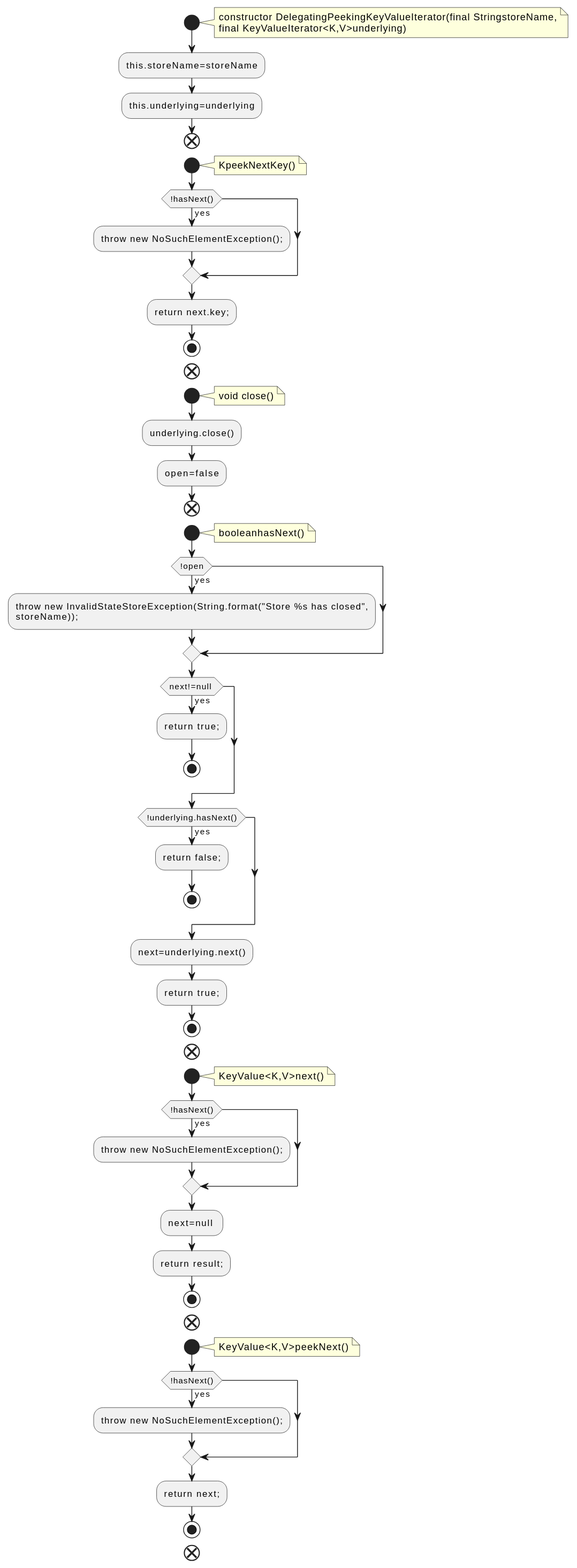
Before: docs/qc/streams/src/main/java/org/apache/kafka/streams/state/internals/DelegatingPeekingKeyValueIterator.java.fct.svg, a diagram exported from PlantUML (qualitesys/kafka). The source it was exported from:
```plantuml
@startuml
!pragma layout smetana
start
note right
constructor DelegatingPeekingKeyValueIterator(final StringstoreName,
final KeyValueIterator<K,V>underlying)
end note
:this.storeName=storeName;
:this.underlying=underlying;
end
start
note right
KpeekNextKey()
end note
if (!hasNext()) then (yes)
:throw new NoSuchElementException();;
endif
:return next.key;;
stop
end
start
note right
void close()
end note
:underlying.close();
:open=false;
end
start
note right
booleanhasNext()
end note
if (!open) then (yes)
:throw new InvalidStateStoreException(String.format("Store %s has closed",
storeName));;
endif
if (next!=null ) then (yes)
:return true;;
stop
endif
if (!underlying.hasNext()) then (yes)
:return false;;
stop
endif
:next=underlying.next();
:return true;;
stop
end
start
note right
KeyValue<K,V>next()
end note
if (!hasNext()) then (yes)
:throw new NoSuchElementException();;
endif
:next=null ;
:return result;;
stop
end
start
note right
KeyValue<K,V>peekNext()
end note
if (!hasNext()) then (yes)
:throw new NoSuchElementException();;
endif
:return next;;
stop
end
@enduml
```
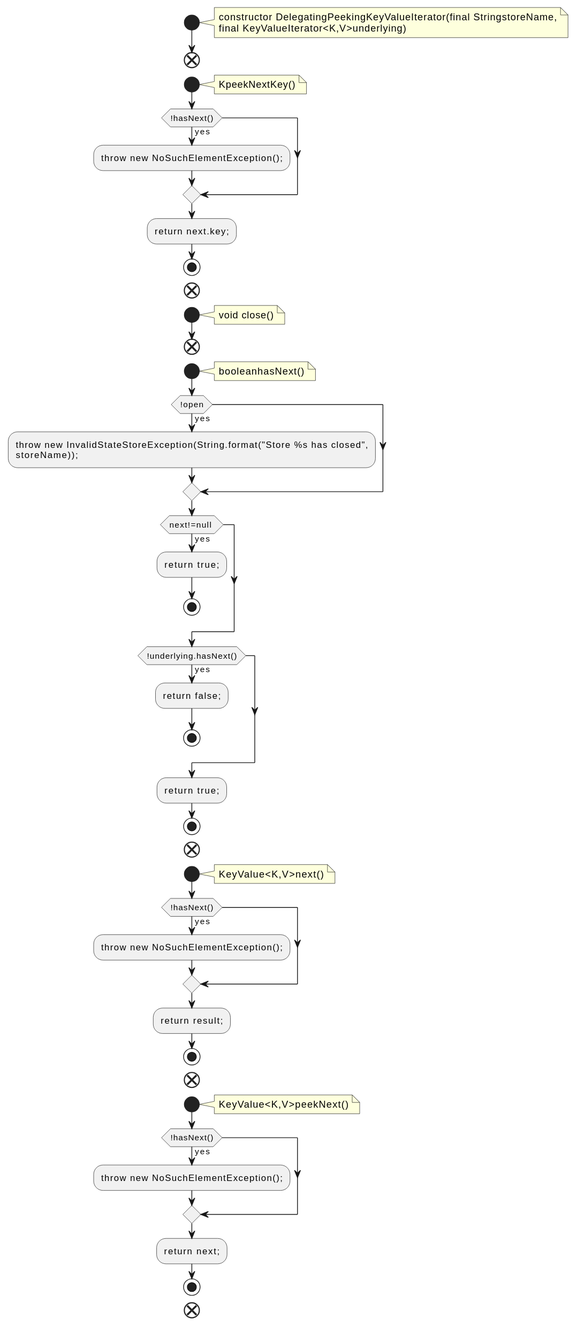
The same diagram one commit later.

Diff of the diagram source:
```diff
@@ -5,8 +5,6 @@
 constructor DelegatingPeekingKeyValueIterator(final StringstoreName,
 final KeyValueIterator<K,V>underlying)
 end note
-:this.storeName=storeName;
-:this.underlying=underlying;
 end
 start
 note right
@@ -22,8 +20,6 @@
 note right
 void close()
 end note
-:underlying.close();
-:open=false;
 end
 start
 note right
@@ -41,7 +37,6 @@
 :return false;;
 stop
 endif
-:next=underlying.next();
 :return true;;
 stop
 end
@@ -52,7 +47,6 @@
 if (!hasNext()) then (yes)
 :throw new NoSuchElementException();;
 endif
-:next=null ;
 :return result;;
 stop
 end
```
